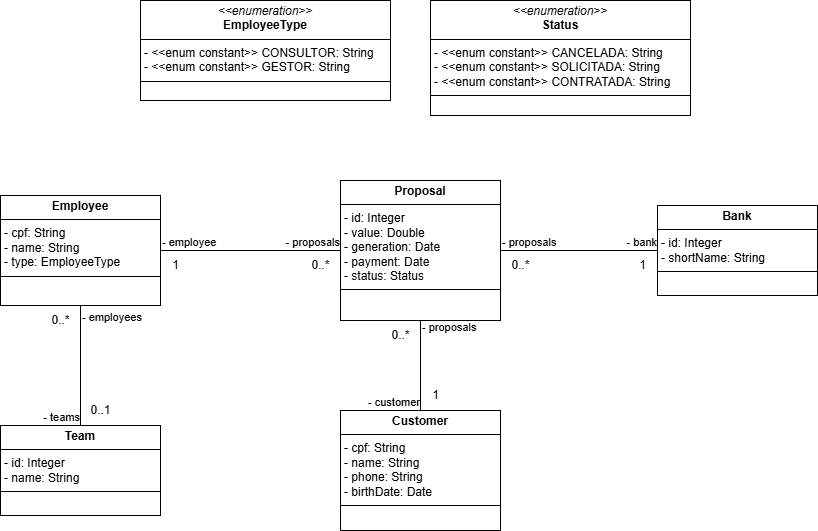
This is documents/diagrama de classe.png from Hilan-CP/JSF-corban-multibancos, a draw.io export, as it was before one commit. Source tidied: cells renumbered, new cells last; positions are measured from the earlier drawing's top-left corner, leaving out a move shared by most shapes.
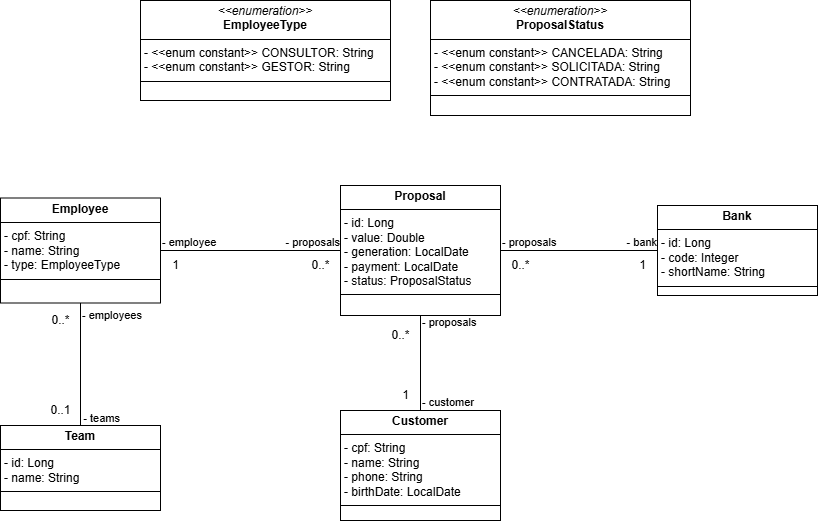
The same file after the commit.

Commit message:
Alterado README.md e diagrama de classes

Change to the diagram source:
```diff
@@ -3,22 +3,22 @@
     <mxCell id="0" />
     <mxCell id="1" parent="0" />
     <mxCell id="2" value="&lt;p style=&quot;margin:0px;margin-top:4px;text-align:center;&quot;&gt;&lt;b&gt;Employee&lt;/b&gt;&lt;/p&gt;&lt;hr size=&quot;1&quot; style=&quot;border-style:solid;&quot;&gt;&lt;p style=&quot;margin:0px;margin-left:4px;&quot;&gt;- cpf: String&lt;/p&gt;&lt;p style=&quot;margin:0px;margin-left:4px;&quot;&gt;- name: String&lt;/p&gt;&lt;p style=&quot;margin:0px;margin-left:4px;&quot;&gt;- type: EmployeeType&lt;/p&gt;&lt;hr size=&quot;1&quot; style=&quot;border-style:solid;&quot;&gt;&lt;p style=&quot;margin:0px;margin-left:4px;&quot;&gt;&lt;br&gt;&lt;/p&gt;" style="verticalAlign=top;align=left;overflow=fill;html=1;whiteSpace=wrap;" parent="1" vertex="1">
-      <mxGeometry y="195" width="160" height="110" as="geometry" />
+      <mxGeometry y="197.5" width="160" height="105" as="geometry" />
     </mxCell>
-    <mxCell id="3" value="&lt;p style=&quot;margin:0px;margin-top:4px;text-align:center;&quot;&gt;&lt;b&gt;Team&lt;/b&gt;&lt;/p&gt;&lt;hr size=&quot;1&quot; style=&quot;border-style:solid;&quot;&gt;&lt;p style=&quot;margin:0px;margin-left:4px;&quot;&gt;- id: Integer&lt;/p&gt;&lt;p style=&quot;margin:0px;margin-left:4px;&quot;&gt;- name: String&lt;/p&gt;&lt;hr size=&quot;1&quot; style=&quot;border-style:solid;&quot;&gt;&lt;p style=&quot;margin:0px;margin-left:4px;&quot;&gt;&lt;br&gt;&lt;/p&gt;" style="verticalAlign=top;align=left;overflow=fill;html=1;whiteSpace=wrap;" parent="1" vertex="1">
-      <mxGeometry y="425" width="160" height="90" as="geometry" />
+    <mxCell id="3" value="&lt;p style=&quot;margin:0px;margin-top:4px;text-align:center;&quot;&gt;&lt;b&gt;Team&lt;/b&gt;&lt;/p&gt;&lt;hr size=&quot;1&quot; style=&quot;border-style:solid;&quot;&gt;&lt;p style=&quot;margin:0px;margin-left:4px;&quot;&gt;- id: Long&lt;/p&gt;&lt;p style=&quot;margin:0px;margin-left:4px;&quot;&gt;- name: String&lt;/p&gt;&lt;hr size=&quot;1&quot; style=&quot;border-style:solid;&quot;&gt;&lt;p style=&quot;margin:0px;margin-left:4px;&quot;&gt;&lt;br&gt;&lt;/p&gt;" style="verticalAlign=top;align=left;overflow=fill;html=1;whiteSpace=wrap;" parent="1" vertex="1">
+      <mxGeometry y="425" width="160" height="85" as="geometry" />
     </mxCell>
-    <mxCell id="4" value="&lt;p style=&quot;margin:0px;margin-top:4px;text-align:center;&quot;&gt;&lt;b&gt;Customer&lt;/b&gt;&lt;/p&gt;&lt;hr size=&quot;1&quot; style=&quot;border-style:solid;&quot;&gt;&lt;p style=&quot;margin:0px;margin-left:4px;&quot;&gt;- cpf: String&lt;/p&gt;&lt;p style=&quot;margin:0px;margin-left:4px;&quot;&gt;- name: String&lt;/p&gt;&lt;p style=&quot;margin:0px;margin-left:4px;&quot;&gt;- phone: String&lt;/p&gt;&lt;p style=&quot;margin:0px;margin-left:4px;&quot;&gt;- birthDate: Date&lt;/p&gt;&lt;hr size=&quot;1&quot; style=&quot;border-style:solid;&quot;&gt;&lt;p style=&quot;margin:0px;margin-left:4px;&quot;&gt;&lt;br&gt;&lt;/p&gt;" style="verticalAlign=top;align=left;overflow=fill;html=1;whiteSpace=wrap;" parent="1" vertex="1">
-      <mxGeometry x="340" y="410" width="160" height="120" as="geometry" />
+    <mxCell id="4" value="&lt;p style=&quot;margin:0px;margin-top:4px;text-align:center;&quot;&gt;&lt;b&gt;Customer&lt;/b&gt;&lt;/p&gt;&lt;hr size=&quot;1&quot; style=&quot;border-style:solid;&quot;&gt;&lt;p style=&quot;margin:0px;margin-left:4px;&quot;&gt;- cpf: String&lt;/p&gt;&lt;p style=&quot;margin:0px;margin-left:4px;&quot;&gt;- name: String&lt;/p&gt;&lt;p style=&quot;margin:0px;margin-left:4px;&quot;&gt;- phone: String&lt;/p&gt;&lt;p style=&quot;margin:0px;margin-left:4px;&quot;&gt;- birthDate: Local&lt;span style=&quot;background-color: transparent; color: light-dark(rgb(0, 0, 0), rgb(255, 255, 255));&quot;&gt;Date&lt;/span&gt;&lt;/p&gt;&lt;hr size=&quot;1&quot; style=&quot;border-style:solid;&quot;&gt;&lt;p style=&quot;margin:0px;margin-left:4px;&quot;&gt;&lt;br&gt;&lt;/p&gt;" style="verticalAlign=top;align=left;overflow=fill;html=1;whiteSpace=wrap;" parent="1" vertex="1">
+      <mxGeometry x="340" y="410" width="160" height="110" as="geometry" />
     </mxCell>
-    <mxCell id="5" value="&lt;p style=&quot;margin:0px;margin-top:4px;text-align:center;&quot;&gt;&lt;b&gt;Bank&lt;/b&gt;&lt;/p&gt;&lt;hr size=&quot;1&quot; style=&quot;border-style:solid;&quot;&gt;&lt;p style=&quot;margin:0px;margin-left:4px;&quot;&gt;- id: Integer&lt;/p&gt;&lt;p style=&quot;margin:0px;margin-left:4px;&quot;&gt;- shortName: String&lt;/p&gt;&lt;hr size=&quot;1&quot; style=&quot;border-style:solid;&quot;&gt;&lt;p style=&quot;margin:0px;margin-left:4px;&quot;&gt;&lt;br&gt;&lt;/p&gt;" style="verticalAlign=top;align=left;overflow=fill;html=1;whiteSpace=wrap;" parent="1" vertex="1">
+    <mxCell id="5" value="&lt;p style=&quot;margin:0px;margin-top:4px;text-align:center;&quot;&gt;&lt;b&gt;Bank&lt;/b&gt;&lt;/p&gt;&lt;hr size=&quot;1&quot; style=&quot;border-style:solid;&quot;&gt;&lt;p style=&quot;margin:0px;margin-left:4px;&quot;&gt;- id: Long&lt;/p&gt;&lt;p style=&quot;margin:0px;margin-left:4px;&quot;&gt;- code: Integer&lt;/p&gt;&lt;p style=&quot;margin:0px;margin-left:4px;&quot;&gt;- shortName: String&lt;/p&gt;&lt;hr size=&quot;1&quot; style=&quot;border-style:solid;&quot;&gt;&lt;p style=&quot;margin:0px;margin-left:4px;&quot;&gt;&lt;br&gt;&lt;/p&gt;" style="verticalAlign=top;align=left;overflow=fill;html=1;whiteSpace=wrap;" parent="1" vertex="1">
       <mxGeometry x="657" y="205" width="160" height="90" as="geometry" />
     </mxCell>
-    <mxCell id="6" value="&lt;p style=&quot;margin:0px;margin-top:4px;text-align:center;&quot;&gt;&lt;b&gt;Proposal&lt;/b&gt;&lt;/p&gt;&lt;hr size=&quot;1&quot; style=&quot;border-style:solid;&quot;&gt;&lt;p style=&quot;margin:0px;margin-left:4px;&quot;&gt;- id: Integer&lt;/p&gt;&lt;p style=&quot;margin:0px;margin-left:4px;&quot;&gt;- value: Double&lt;/p&gt;&lt;p style=&quot;margin:0px;margin-left:4px;&quot;&gt;- generation: Date&lt;/p&gt;&lt;p style=&quot;margin:0px;margin-left:4px;&quot;&gt;- payment: Date&lt;/p&gt;&lt;p style=&quot;margin:0px;margin-left:4px;&quot;&gt;- status: Status&lt;/p&gt;&lt;hr size=&quot;1&quot; style=&quot;border-style:solid;&quot;&gt;&lt;p style=&quot;margin:0px;margin-left:4px;&quot;&gt;&lt;br&gt;&lt;/p&gt;" style="verticalAlign=top;align=left;overflow=fill;html=1;whiteSpace=wrap;" parent="1" vertex="1">
-      <mxGeometry x="340" y="180" width="160" height="140" as="geometry" />
+    <mxCell id="6" value="&lt;p style=&quot;margin:0px;margin-top:4px;text-align:center;&quot;&gt;&lt;b&gt;Proposal&lt;/b&gt;&lt;/p&gt;&lt;hr size=&quot;1&quot; style=&quot;border-style:solid;&quot;&gt;&lt;p style=&quot;margin:0px;margin-left:4px;&quot;&gt;- id: Long&lt;/p&gt;&lt;p style=&quot;margin:0px;margin-left:4px;&quot;&gt;- value: Double&lt;/p&gt;&lt;p style=&quot;margin:0px;margin-left:4px;&quot;&gt;- generation: LocalDate&lt;/p&gt;&lt;p style=&quot;margin:0px;margin-left:4px;&quot;&gt;- payment: LocalDate&lt;/p&gt;&lt;p style=&quot;margin:0px;margin-left:4px;&quot;&gt;- status: ProposalStatus&lt;/p&gt;&lt;hr size=&quot;1&quot; style=&quot;border-style:solid;&quot;&gt;&lt;p style=&quot;margin:0px;margin-left:4px;&quot;&gt;&lt;br&gt;&lt;/p&gt;" style="verticalAlign=top;align=left;overflow=fill;html=1;whiteSpace=wrap;" parent="1" vertex="1">
+      <mxGeometry x="340" y="185" width="160" height="130" as="geometry" />
     </mxCell>
     <mxCell id="7" value="0..1" style="text;html=1;align=center;verticalAlign=middle;strokeColor=none;fillColor=none;" parent="1" vertex="1">
-      <mxGeometry x="80" y="395" width="40" height="30" as="geometry" />
+      <mxGeometry x="40" y="395" width="40" height="30" as="geometry" />
     </mxCell>
     <mxCell id="8" style="endArrow=none;html=1;edgeStyle=orthogonalEdgeStyle;rounded=0;exitX=0.5;exitY=1;exitDx=0;exitDy=0;entryX=0.5;entryY=0;entryDx=0;entryDy=0;" parent="1" edge="1" source="2" target="3">
       <mxGeometry relative="1" as="geometry" />
@@ -29,7 +29,9 @@
       </mxGeometry>
     </mxCell>
     <mxCell id="10" value="- teams" style="edgeLabel;html=1;align=right;verticalAlign=bottom;" parent="8" vertex="1">
-      <mxGeometry x="1" relative="1" as="geometry" />
+      <mxGeometry x="1" relative="1" as="geometry">
+        <mxPoint x="40" as="offset" />
+      </mxGeometry>
     </mxCell>
     <mxCell id="11" value="0..*" style="text;html=1;align=center;verticalAlign=middle;strokeColor=none;fillColor=none;" parent="1" vertex="1">
       <mxGeometry x="40" y="305" width="40" height="30" as="geometry" />
@@ -43,10 +45,12 @@
       </mxGeometry>
     </mxCell>
     <mxCell id="14" value="- customer" style="edgeLabel;html=1;align=right;verticalAlign=bottom;" parent="12" vertex="1">
-      <mxGeometry x="1" relative="1" as="geometry" />
+      <mxGeometry x="1" relative="1" as="geometry">
+        <mxPoint x="54" as="offset" />
+      </mxGeometry>
     </mxCell>
     <mxCell id="15" value="1" style="text;html=1;align=center;verticalAlign=middle;strokeColor=none;fillColor=none;" parent="1" vertex="1">
-      <mxGeometry x="420" y="380" width="30" height="30" as="geometry" />
+      <mxGeometry x="390" y="380" width="30" height="30" as="geometry" />
     </mxCell>
     <mxCell id="16" value="0..*" style="text;html=1;align=center;verticalAlign=middle;strokeColor=none;fillColor=none;" parent="1" vertex="1">
       <mxGeometry x="380" y="320" width="40" height="30" as="geometry" />
@@ -84,7 +88,7 @@
     <mxCell id="27" value="&lt;p style=&quot;margin:0px;margin-top:4px;text-align:center;&quot;&gt;&lt;i&gt;&amp;lt;&amp;lt;enumeration&amp;gt;&amp;gt;&lt;/i&gt;&lt;br&gt;&lt;b&gt;EmployeeType&lt;/b&gt;&lt;/p&gt;&lt;hr size=&quot;1&quot; style=&quot;border-style:solid;&quot;&gt;&lt;p style=&quot;margin:0px;margin-left:4px;&quot;&gt;- &amp;lt;&amp;lt;enum constant&amp;gt;&amp;gt; CONSULTOR: String&lt;br&gt;- &amp;lt;&amp;lt;enum constant&amp;gt;&amp;gt; GESTOR:&amp;nbsp;&lt;span style=&quot;background-color: initial;&quot;&gt;String&lt;/span&gt;&lt;/p&gt;&lt;hr size=&quot;1&quot; style=&quot;border-style:solid;&quot;&gt;&lt;p style=&quot;margin:0px;margin-left:4px;&quot;&gt;&lt;br&gt;&lt;/p&gt;" style="verticalAlign=top;align=left;overflow=fill;html=1;whiteSpace=wrap;" parent="1" vertex="1">
       <mxGeometry x="140" width="250" height="100" as="geometry" />
     </mxCell>
-    <mxCell id="28" value="&lt;p style=&quot;margin:0px;margin-top:4px;text-align:center;&quot;&gt;&lt;i&gt;&amp;lt;&amp;lt;enumeration&amp;gt;&amp;gt;&lt;/i&gt;&lt;br&gt;&lt;b&gt;Status&lt;/b&gt;&lt;/p&gt;&lt;hr size=&quot;1&quot; style=&quot;border-style:solid;&quot;&gt;&lt;p style=&quot;margin:0px;margin-left:4px;&quot;&gt;- &amp;lt;&amp;lt;enum constant&amp;gt;&amp;gt; CANCELADA: String&lt;br&gt;-&amp;nbsp;&lt;span style=&quot;background-color: initial;&quot;&gt;&amp;lt;&amp;lt;enum constant&amp;gt;&amp;gt; SOLICITADA:&amp;nbsp;&lt;/span&gt;&lt;span style=&quot;background-color: initial;&quot;&gt;String&lt;/span&gt;&lt;/p&gt;&lt;p style=&quot;margin:0px;margin-left:4px;&quot;&gt;&lt;span style=&quot;background-color: initial;&quot;&gt;-&amp;nbsp;&lt;/span&gt;&lt;span style=&quot;background-color: initial;&quot;&gt;&amp;lt;&amp;lt;enum constant&amp;gt;&amp;gt; CONTRATADA:&amp;nbsp;&lt;/span&gt;&lt;span style=&quot;background-color: initial;&quot;&gt;String&lt;/span&gt;&lt;/p&gt;&lt;hr size=&quot;1&quot; style=&quot;border-style:solid;&quot;&gt;&lt;p style=&quot;margin:0px;margin-left:4px;&quot;&gt;&lt;br&gt;&lt;/p&gt;" style="verticalAlign=top;align=left;overflow=fill;html=1;whiteSpace=wrap;" parent="1" vertex="1">
+    <mxCell id="28" value="&lt;p style=&quot;margin:0px;margin-top:4px;text-align:center;&quot;&gt;&lt;i&gt;&amp;lt;&amp;lt;enumeration&amp;gt;&amp;gt;&lt;/i&gt;&lt;br&gt;&lt;b&gt;ProposalStatus&lt;/b&gt;&lt;/p&gt;&lt;hr size=&quot;1&quot; style=&quot;border-style:solid;&quot;&gt;&lt;p style=&quot;margin:0px;margin-left:4px;&quot;&gt;- &amp;lt;&amp;lt;enum constant&amp;gt;&amp;gt; CANCELADA: String&lt;br&gt;-&amp;nbsp;&lt;span style=&quot;background-color: initial;&quot;&gt;&amp;lt;&amp;lt;enum constant&amp;gt;&amp;gt; SOLICITADA:&amp;nbsp;&lt;/span&gt;&lt;span style=&quot;background-color: initial;&quot;&gt;String&lt;/span&gt;&lt;/p&gt;&lt;p style=&quot;margin:0px;margin-left:4px;&quot;&gt;&lt;span style=&quot;background-color: initial;&quot;&gt;-&amp;nbsp;&lt;/span&gt;&lt;span style=&quot;background-color: initial;&quot;&gt;&amp;lt;&amp;lt;enum constant&amp;gt;&amp;gt; CONTRATADA:&amp;nbsp;&lt;/span&gt;&lt;span style=&quot;background-color: initial;&quot;&gt;String&lt;/span&gt;&lt;/p&gt;&lt;hr size=&quot;1&quot; style=&quot;border-style:solid;&quot;&gt;&lt;p style=&quot;margin:0px;margin-left:4px;&quot;&gt;&lt;br&gt;&lt;/p&gt;" style="verticalAlign=top;align=left;overflow=fill;html=1;whiteSpace=wrap;" parent="1" vertex="1">
       <mxGeometry x="430" width="260" height="115" as="geometry" />
     </mxCell>
   </root>
```
